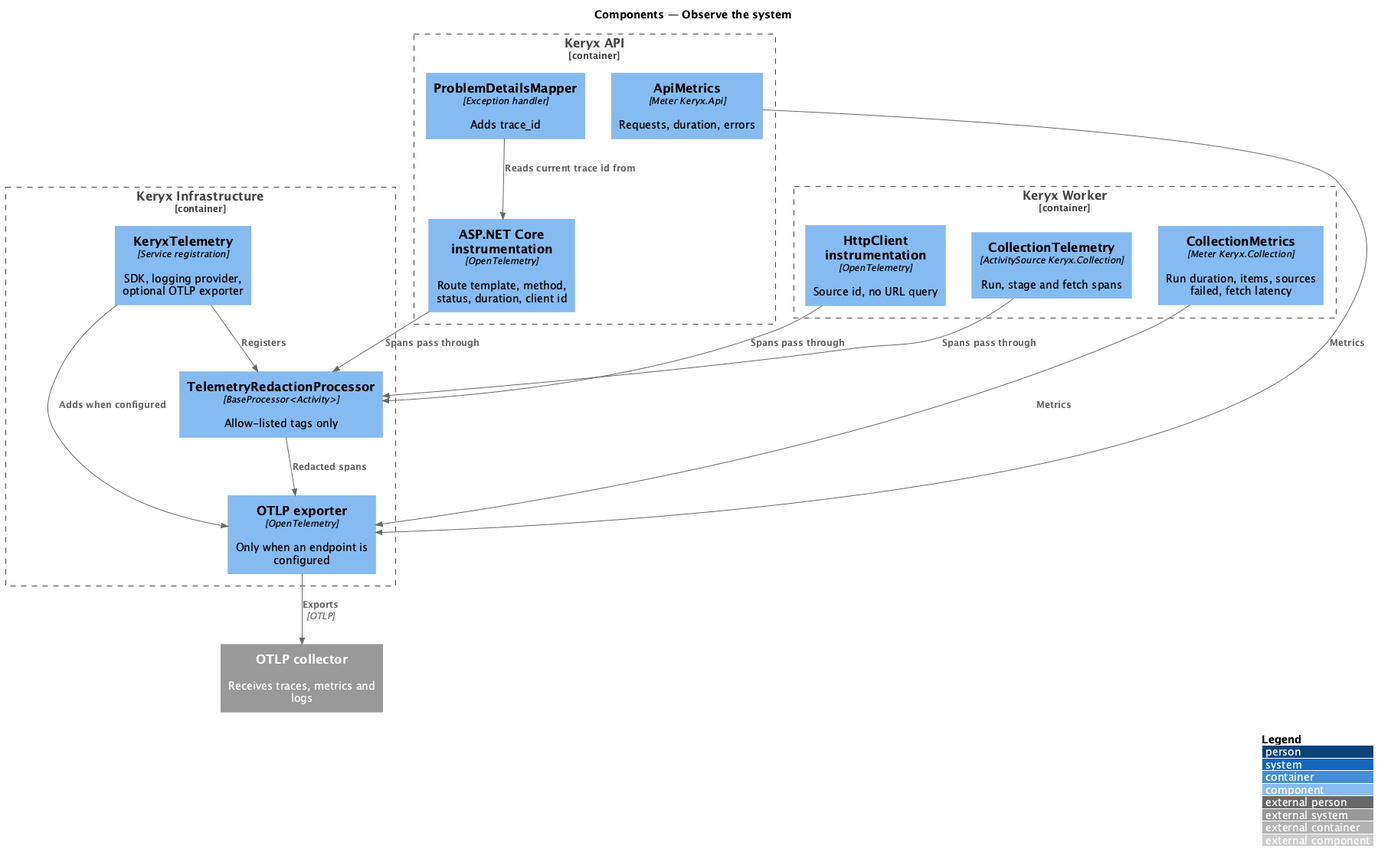
Before: docs/detailed-designs/operations/observe-the-system/diagrams/c4-component.png, a diagram exported from PlantUML (QuinntyneBrown/keryx). Its diagram source:
```plantuml
@startuml
!include <C4/C4_Component>
LAYOUT_WITH_LEGEND()
title Components — Observe the system

Container_Boundary(api, "Keryx API") {
  Component(aspnet, "ASP.NET Core instrumentation", "OpenTelemetry", "Route template, method, status, duration, client id")
  Component(apim, "ApiMetrics", "Meter Keryx.Api", "Requests, duration, errors")
  Component(pdm, "ProblemDetailsMapper", "Exception handler", "Adds trace_id")
}
Container_Boundary(worker, "Keryx Worker") {
  Component(colt, "CollectionTelemetry", "ActivitySource Keryx.Collection", "Run, stage and fetch spans")
  Component(colm, "CollectionMetrics", "Meter Keryx.Collection", "Run duration, items, sources failed, fetch latency")
  Component(http, "HttpClient instrumentation", "OpenTelemetry", "Source id, no URL query")
}
Container_Boundary(infra, "Keryx Infrastructure") {
  Component(setup, "KeryxTelemetry", "Service registration", "SDK, logging provider, optional OTLP exporter")
  Component(red, "TelemetryRedactionProcessor", "BaseProcessor<Activity>", "Allow-listed tags only")
  Component(exp, "OTLP exporter", "OpenTelemetry", "Only when an endpoint is configured")
}
System_Ext(otel, "OTLP collector", "Receives traces, metrics and logs")

Rel(aspnet, red, "Spans pass through")
Rel(colt, red, "Spans pass through")
Rel(http, red, "Spans pass through")
Rel(red, exp, "Redacted spans")
Rel(apim, exp, "Metrics")
Rel(colm, exp, "Metrics")
Rel(setup, red, "Registers")
Rel(setup, exp, "Adds when configured")
Rel(exp, otel, "Exports", "OTLP")
Rel(pdm, aspnet, "Reads current trace id from")
@enduml
```
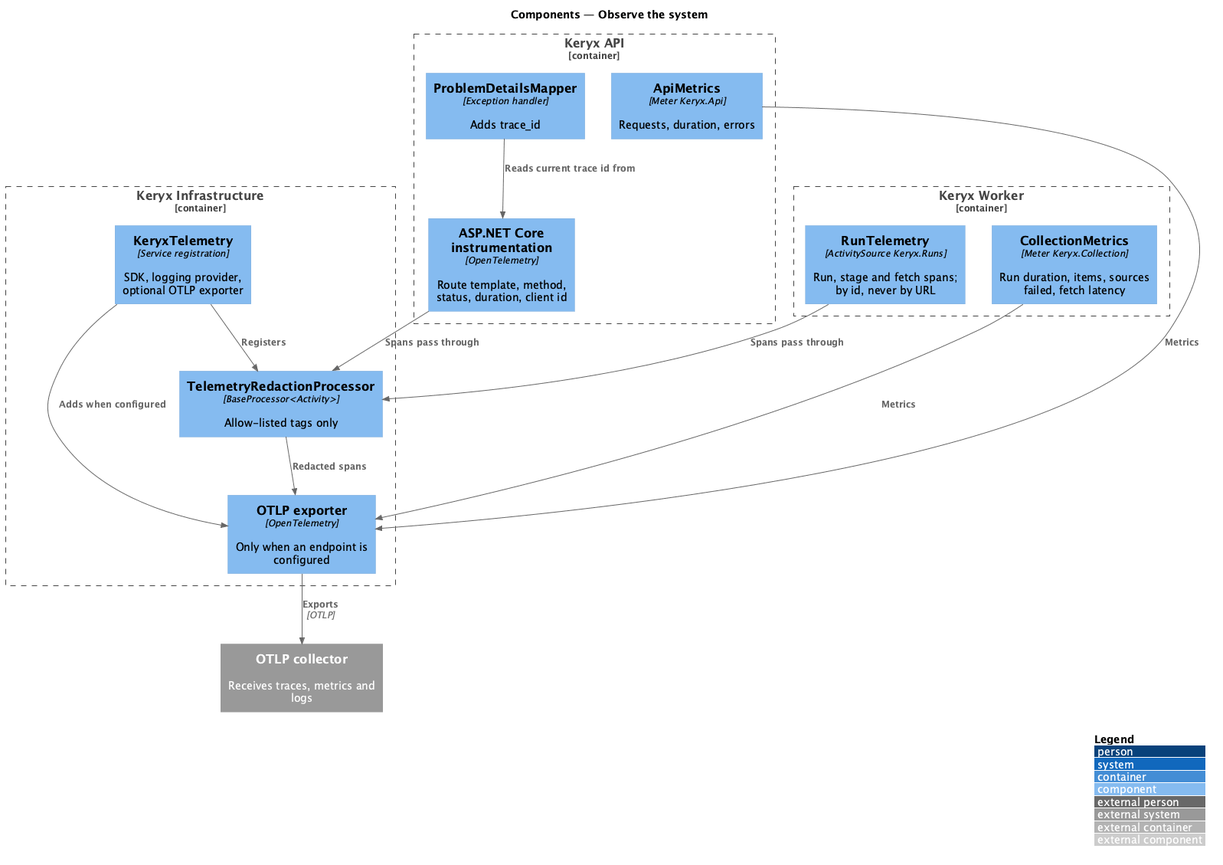
The same diagram one commit later.

Change to the diagram source:
```diff
@@ -9,9 +9,8 @@
   Component(pdm, "ProblemDetailsMapper", "Exception handler", "Adds trace_id")
 }
 Container_Boundary(worker, "Keryx Worker") {
-  Component(colt, "CollectionTelemetry", "ActivitySource Keryx.Collection", "Run, stage and fetch spans")
+  Component(colt, "RunTelemetry", "ActivitySource Keryx.Runs", "Run, stage and fetch spans; by id, never by URL")
   Component(colm, "CollectionMetrics", "Meter Keryx.Collection", "Run duration, items, sources failed, fetch latency")
-  Component(http, "HttpClient instrumentation", "OpenTelemetry", "Source id, no URL query")
 }
 Container_Boundary(infra, "Keryx Infrastructure") {
   Component(setup, "KeryxTelemetry", "Service registration", "SDK, logging provider, optional OTLP exporter")
@@ -22,7 +21,6 @@
 
 Rel(aspnet, red, "Spans pass through")
 Rel(colt, red, "Spans pass through")
-Rel(http, red, "Spans pass through")
 Rel(red, exp, "Redacted spans")
 Rel(apim, exp, "Metrics")
 Rel(colm, exp, "Metrics")
```
